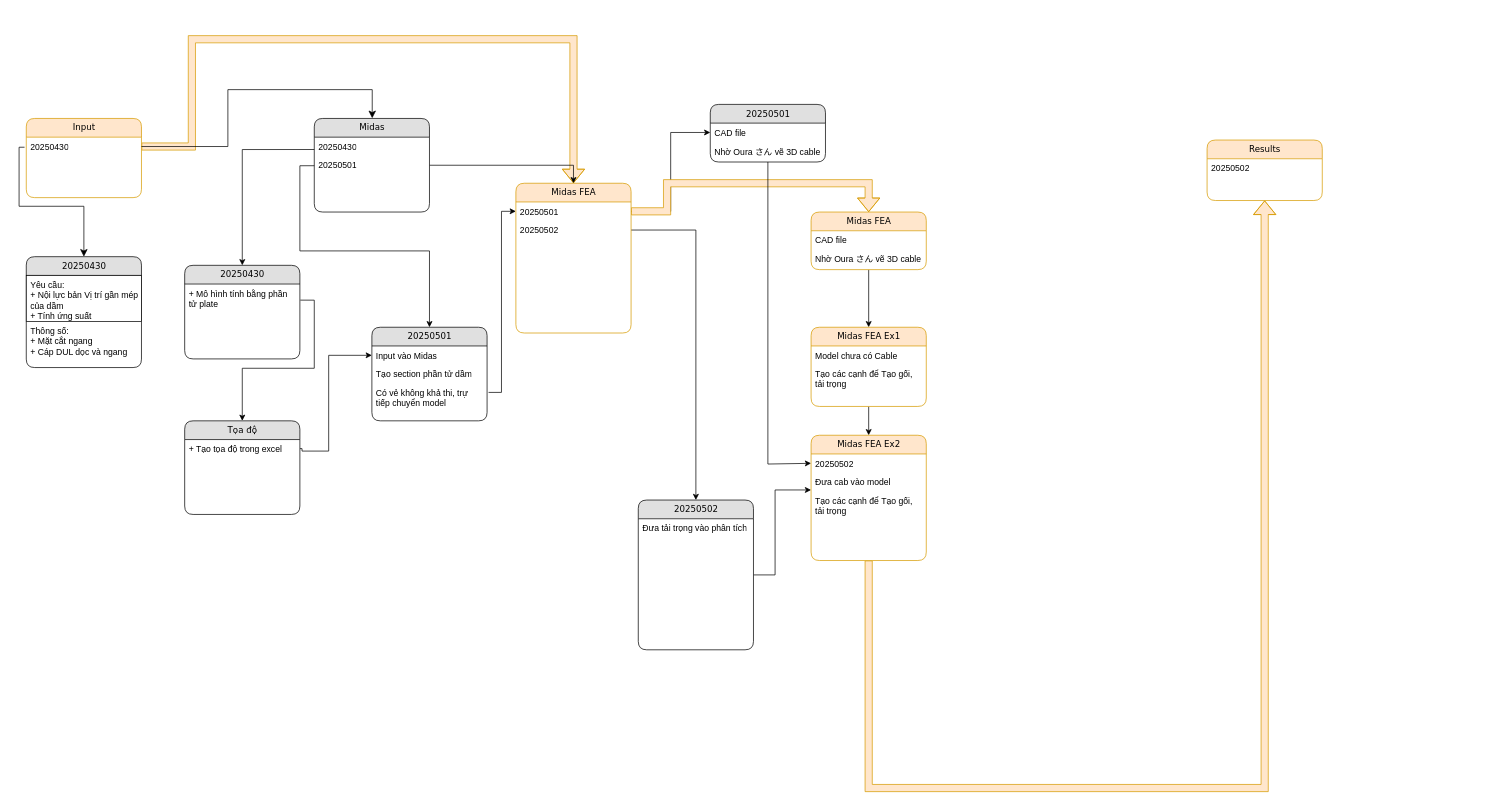
The draw.io diagram 長大・熊本耐震/耐震設計/Untitled Diagram.drawio in nnh92/Juntos.co, before the edit. Source tidied: cells renumbered, new cells numbered last; positions are measured from the earlier drawing's top-left corner, leaving out a move shared by most shapes. Both pictures are drawn from the tidied source at 72%, with x=0, y=0 at pixel (26, 39).
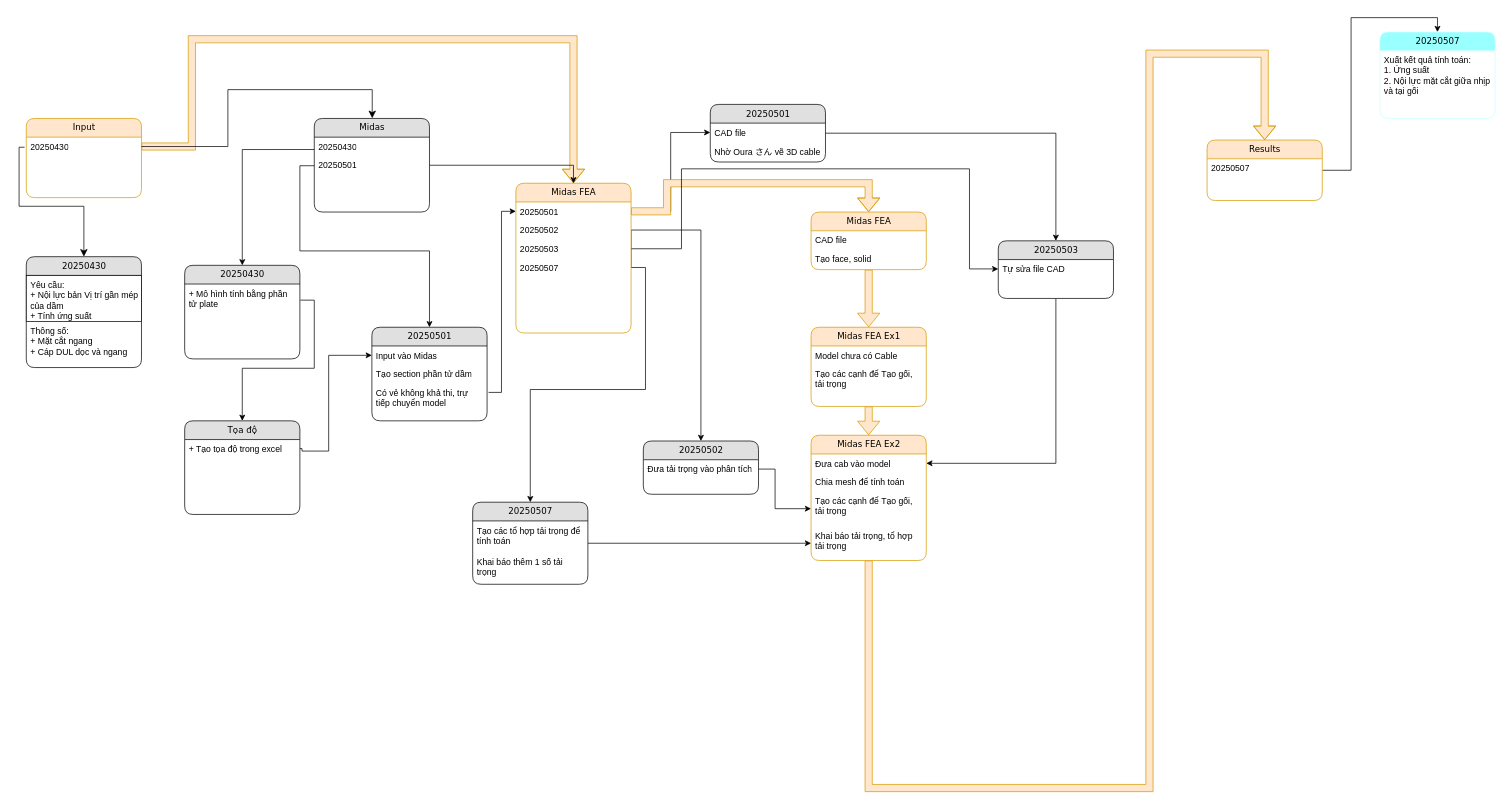
After the change.

The change refers to these unchanged cells:
```xml
<mxCell id="14" value="Results" style="swimlane;html=1;fontStyle=0;horizontal=1;startSize=26;fillColor=#ffe6cc;swimlaneFillColor=#ffffff;align=center;rounded=1;shadow=0;comic=0;labelBackgroundColor=none;strokeWidth=1;fontFamily=Verdana;fontSize=12;strokeColor=#d79b00;" parent="1" vertex="1">
  <mxGeometry x="1640" y="140" width="160" height="84" as="geometry" />
</mxCell>
<mxCell id="33" value="Midas FEA" style="swimlane;html=1;fontStyle=0;horizontal=1;startSize=26;fillColor=#ffe6cc;swimlaneFillColor=#ffffff;align=center;rounded=1;shadow=0;comic=0;labelBackgroundColor=none;strokeWidth=1;fontFamily=Verdana;fontSize=12;strokeColor=#d79b00;" parent="1" vertex="1">
  <mxGeometry x="680" y="200" width="160" height="208" as="geometry" />
</mxCell>
<mxCell id="37" value="20250501" style="swimlane;html=1;fontStyle=0;horizontal=1;startSize=26;fillColor=#e0e0e0;swimlaneFillColor=#ffffff;align=center;rounded=1;shadow=0;comic=0;labelBackgroundColor=none;strokeWidth=1;fontFamily=Verdana;fontSize=12;" parent="1" vertex="1">
  <mxGeometry x="950" y="90.5" width="160" height="80" as="geometry" />
</mxCell>
<mxCell id="42" value="Đưa tải trọng vào phân tích" style="text;html=1;strokeColor=none;fillColor=none;spacingLeft=4;spacingRight=4;whiteSpace=wrap;overflow=hidden;points=[[0,0.5],[1,0.5]];portConstraint=eastwest;" parent="41" vertex="1">
  <mxGeometry y="26" width="160" height="26" as="geometry" />
</mxCell>
<mxCell id="44" value="Midas FEA" style="swimlane;html=1;fontStyle=0;horizontal=1;startSize=26;fillColor=#ffe6cc;swimlaneFillColor=#ffffff;align=center;rounded=1;shadow=0;comic=0;labelBackgroundColor=none;strokeWidth=1;fontFamily=Verdana;fontSize=12;strokeColor=#d79b00;" parent="1" vertex="1">
  <mxGeometry x="1090" y="240" width="160" height="80" as="geometry" />
</mxCell>
<mxCell id="48" value="Midas FEA Ex1" style="swimlane;html=1;fontStyle=0;horizontal=1;startSize=26;fillColor=#ffe6cc;swimlaneFillColor=#ffffff;align=center;rounded=1;shadow=0;comic=0;labelBackgroundColor=none;strokeWidth=1;fontFamily=Verdana;fontSize=12;strokeColor=#d79b00;" parent="1" vertex="1">
  <mxGeometry x="1090" y="400" width="160" height="110" as="geometry" />
</mxCell>
<mxCell id="51" value="Midas FEA Ex2" style="swimlane;html=1;fontStyle=0;horizontal=1;startSize=26;fillColor=#ffe6cc;swimlaneFillColor=#ffffff;align=center;rounded=1;shadow=0;comic=0;labelBackgroundColor=none;strokeWidth=1;fontFamily=Verdana;fontSize=12;strokeColor=#d79b00;" parent="1" vertex="1">
  <mxGeometry x="1090" y="550" width="160" height="174" as="geometry" />
</mxCell>
<mxCell id="54" value="Tạo các cạnh để Tạo gối, tải trọng" style="text;html=1;strokeColor=none;fillColor=none;spacingLeft=4;spacingRight=4;whiteSpace=wrap;overflow=hidden;points=[[0,0.5],[1,0.5]];portConstraint=eastwest;" parent="51" vertex="1">
  <mxGeometry y="78" width="160" height="48" as="geometry" />
</mxCell>
```

The edit, as a diff of the source:
```diff
@@
+    <mxCell id="55" style="edgeStyle=orthogonalEdgeStyle;rounded=0;jettySize=auto;html=1;entryX=0.5;entryY=0;entryDx=0;entryDy=0;" parent="1" edge="1" source="14" target="69">
+      <mxGeometry relative="1" as="geometry" />
+    </mxCell>
@@
-    <mxCell id="15" value="20250502" style="text;html=1;strokeColor=none;fillColor=none;spacingLeft=4;spacingRight=4;whiteSpace=wrap;overflow=hidden;" parent="14" vertex="1">
+    <mxCell id="15" value="20250507" style="text;html=1;strokeColor=none;fillColor=none;spacingLeft=4;spacingRight=4;whiteSpace=wrap;overflow=hidden;" parent="14" vertex="1">
       <mxGeometry y="26" width="160" height="26" as="geometry" />
     </mxCell>
@@
-    <mxCell id="17" style="edgeStyle=orthogonalEdgeStyle;html=1;labelBackgroundColor=none;startFill=0;endFill=1;fontFamily=Verdana;fontSize=12;rounded=0;exitX=0.5;exitY=1;exitDx=0;exitDy=0;shape=flexArrow;fillColor=#ffe6cc;strokeColor=#d79b00;" parent="1" edge="1" source="51" target="14">
+    <mxCell id="17" style="edgeStyle=orthogonalEdgeStyle;html=1;labelBackgroundColor=none;startFill=0;endFill=1;fontFamily=Verdana;fontSize=12;rounded=0;exitX=0.5;exitY=1;exitDx=0;exitDy=0;shape=flexArrow;fillColor=#ffe6cc;strokeColor=#d79b00;entryX=0.5;entryY=0;entryDx=0;entryDy=0;" parent="1" edge="1" source="51" target="14">
       <mxGeometry relative="1" as="geometry">
         <Array as="points">
           <mxPoint x="1170" y="1040" />
-          <mxPoint x="1720" y="1040" />
+          <mxPoint x="1560" y="1040" />
+          <mxPoint x="1560" y="20" />
+          <mxPoint x="1720" y="20" />
         </Array>
       </mxGeometry>
     </mxCell>
@@
     <mxCell id="31" style="edgeStyle=orthogonalEdgeStyle;rounded=0;jettySize=auto;html=1;exitX=1;exitY=0.5;exitDx=0;exitDy=0;entryX=0.5;entryY=0;entryDx=0;entryDy=0;" parent="1" edge="1" source="35" target="41">
       <mxGeometry relative="1" as="geometry">
         <Array as="points">
-          <mxPoint x="930" y="265" />
+          <mxPoint x="840" y="265" />
+          <mxPoint x="937" y="265" />
         </Array>
       </mxGeometry>
     </mxCell>
@@
+    <mxCell id="56" style="edgeStyle=orthogonalEdgeStyle;rounded=0;jettySize=auto;html=1;exitX=1;exitY=0.5;exitDx=0;exitDy=0;entryX=0;entryY=0.5;entryDx=0;entryDy=0;" parent="1" edge="1" source="58" target="64">
+      <mxGeometry relative="1" as="geometry">
+        <Array as="points">
+          <mxPoint x="910" y="291" />
+          <mxPoint x="910" y="180" />
+          <mxPoint x="1310" y="180" />
+          <mxPoint x="1310" y="319" />
+        </Array>
+      </mxGeometry>
+    </mxCell>
+    <mxCell id="57" style="edgeStyle=orthogonalEdgeStyle;rounded=0;jettySize=auto;html=1;entryX=0.5;entryY=0;entryDx=0;entryDy=0;exitX=1;exitY=0.5;exitDx=0;exitDy=0;" parent="1" edge="1" source="35" target="66">
+      <mxGeometry relative="1" as="geometry" />
+    </mxCell>
@@
+    <mxCell id="52" value="20250502" style="text;html=1;strokeColor=none;fillColor=none;spacingLeft=4;spacingRight=4;whiteSpace=wrap;overflow=hidden;points=[[0,0.5],[1,0.5]];portConstraint=eastwest;" parent="33" vertex="1">
+      <mxGeometry y="52" width="160" height="26" as="geometry" />
+    </mxCell>
+    <mxCell id="58" value="20250503" style="text;html=1;strokeColor=none;fillColor=none;spacingLeft=4;spacingRight=4;whiteSpace=wrap;overflow=hidden;points=[[0,0.5],[1,0.5]];portConstraint=eastwest;" parent="33" vertex="1">
+      <mxGeometry y="78" width="160" height="26" as="geometry" />
+    </mxCell>
-    <mxCell id="35" value="20250502" style="text;html=1;strokeColor=none;fillColor=none;spacingLeft=4;spacingRight=4;whiteSpace=wrap;overflow=hidden;points=[[0,0.5],[1,0.5]];portConstraint=eastwest;" parent="33" vertex="1">
-      <mxGeometry y="52" width="160" height="26" as="geometry" />
+    <mxCell id="35" value="20250507" style="text;html=1;strokeColor=none;fillColor=none;spacingLeft=4;spacingRight=4;whiteSpace=wrap;overflow=hidden;points=[[0,0.5],[1,0.5]];portConstraint=eastwest;" parent="33" vertex="1">
+      <mxGeometry y="104" width="160" height="26" as="geometry" />
     </mxCell>
-    <mxCell id="36" style="edgeStyle=orthogonalEdgeStyle;rounded=0;jettySize=auto;html=1;entryX=0;entryY=0.5;entryDx=0;entryDy=0;" parent="1" edge="1" source="37" target="52">
-      <mxGeometry relative="1" as="geometry">
-        <Array as="points">
-          <mxPoint x="1030" y="590" />
-          <mxPoint x="1090" y="590" />
-        </Array>
-      </mxGeometry>
-    </mxCell>
+    <mxCell id="59" style="edgeStyle=orthogonalEdgeStyle;rounded=0;jettySize=auto;html=1;" parent="1" edge="1" source="37" target="63">
+      <mxGeometry relative="1" as="geometry" />
+    </mxCell>
@@
-    <mxCell id="40" style="edgeStyle=orthogonalEdgeStyle;rounded=0;jettySize=auto;html=1;entryX=0;entryY=0.5;entryDx=0;entryDy=0;" parent="1" edge="1" source="41">
+    <mxCell id="40" style="edgeStyle=orthogonalEdgeStyle;rounded=0;jettySize=auto;html=1;entryX=0;entryY=0.5;entryDx=0;entryDy=0;exitX=1;exitY=0.5;exitDx=0;exitDy=0;" parent="1" edge="1" source="42" target="54">
       <mxGeometry relative="1" as="geometry">
-        <mxPoint x="1090" y="626" as="targetPoint" />
         <Array as="points">
-          <mxPoint x="1040" y="744" />
-          <mxPoint x="1040" y="626" />
+          <mxPoint x="1040" y="597" />
+          <mxPoint x="1040" y="652" />
         </Array>
       </mxGeometry>
     </mxCell>
     <mxCell id="41" value="20250502" style="swimlane;html=1;fontStyle=0;horizontal=1;startSize=26;fillColor=#e0e0e0;swimlaneFillColor=#ffffff;align=center;rounded=1;shadow=0;comic=0;labelBackgroundColor=none;strokeWidth=1;fontFamily=Verdana;fontSize=12;" parent="1" vertex="1">
-      <mxGeometry x="850" y="640" width="160" height="208" as="geometry" />
+      <mxGeometry x="857" y="558" width="160" height="74" as="geometry" />
     </mxCell>
@@
-    <mxCell id="43" style="edgeStyle=orthogonalEdgeStyle;rounded=0;jettySize=auto;html=1;entryX=0.5;entryY=0;entryDx=0;entryDy=0;" parent="1" edge="1" source="44" target="48">
+    <mxCell id="43" style="edgeStyle=orthogonalEdgeStyle;rounded=0;jettySize=auto;html=1;entryX=0.5;entryY=0;entryDx=0;entryDy=0;shape=flexArrow;fillColor=#ffe6cc;strokeColor=#d79b00;" parent="1" edge="1" source="44" target="48">
       <mxGeometry relative="1" as="geometry" />
     </mxCell>
@@
-    <mxCell id="46" value="Nhờ Oura さん vẽ 3D cable" style="text;html=1;strokeColor=none;fillColor=none;spacingLeft=4;spacingRight=4;whiteSpace=wrap;overflow=hidden;" parent="44" vertex="1">
+    <mxCell id="46" value="Tạo face, solid" style="text;html=1;strokeColor=none;fillColor=none;spacingLeft=4;spacingRight=4;whiteSpace=wrap;overflow=hidden;" parent="44" vertex="1">
       <mxGeometry y="52" width="160" height="26" as="geometry" />
     </mxCell>
-    <mxCell id="47" style="edgeStyle=orthogonalEdgeStyle;rounded=0;jettySize=auto;html=1;entryX=0.5;entryY=0;entryDx=0;entryDy=0;" parent="1" edge="1" source="48" target="51">
+    <mxCell id="47" style="edgeStyle=orthogonalEdgeStyle;rounded=0;jettySize=auto;html=1;entryX=0.5;entryY=0;entryDx=0;entryDy=0;shape=flexArrow;fillColor=#ffe6cc;strokeColor=#d79b00;" parent="1" edge="1" source="48" target="51">
       <mxGeometry relative="1" as="geometry" />
     </mxCell>
@@
-    <mxCell id="52" value="20250502" style="text;html=1;strokeColor=none;fillColor=none;spacingLeft=4;spacingRight=4;whiteSpace=wrap;overflow=hidden;points=[[0,0.5],[1,0.5]];portConstraint=eastwest;" parent="51" vertex="1">
-      <mxGeometry y="26" width="160" height="26" as="geometry" />
-    </mxCell>
     <mxCell id="53" value="Đưa cab vào model" style="text;html=1;strokeColor=none;fillColor=none;spacingLeft=4;spacingRight=4;whiteSpace=wrap;overflow=hidden;points=[[0,0.5],[1,0.5]];portConstraint=eastwest;" parent="51" vertex="1">
-      <mxGeometry y="52" width="160" height="26" as="geometry" />
+      <mxGeometry y="26" width="160" height="26" as="geometry" />
     </mxCell>
+    <mxCell id="60" value="Chia mesh để tính toán" style="text;html=1;strokeColor=none;fillColor=none;spacingLeft=4;spacingRight=4;whiteSpace=wrap;overflow=hidden;" parent="51" vertex="1">
+      <mxGeometry y="52" width="160" height="26" as="geometry" />
+    </mxCell>
@@
+    <mxCell id="61" value="Khai báo tải trọng, tổ hợp tải trọng" style="text;html=1;strokeColor=none;fillColor=none;spacingLeft=4;spacingRight=4;whiteSpace=wrap;overflow=hidden;points=[[0,0.5],[1,0.5]];portConstraint=eastwest;" parent="51" vertex="1">
+      <mxGeometry y="126" width="160" height="48" as="geometry" />
+    </mxCell>
+    <mxCell id="62" style="edgeStyle=orthogonalEdgeStyle;rounded=0;jettySize=auto;html=1;entryX=1;entryY=0.5;entryDx=0;entryDy=0;" parent="1" edge="1" source="63" target="53">
+      <mxGeometry relative="1" as="geometry" />
+    </mxCell>
+    <mxCell id="63" value="20250503" style="swimlane;html=1;fontStyle=0;horizontal=1;startSize=26;fillColor=#e0e0e0;swimlaneFillColor=#ffffff;align=center;rounded=1;shadow=0;comic=0;labelBackgroundColor=none;strokeWidth=1;fontFamily=Verdana;fontSize=12;" parent="1" vertex="1">
+      <mxGeometry x="1350" y="280" width="160" height="80" as="geometry" />
+    </mxCell>
+    <mxCell id="64" value="Tự sửa file CAD" style="text;html=1;strokeColor=none;fillColor=none;spacingLeft=4;spacingRight=4;whiteSpace=wrap;overflow=hidden;points=[[0,0.5],[1,0.5]];portConstraint=eastwest;" parent="63" vertex="1">
+      <mxGeometry y="26" width="160" height="26" as="geometry" />
+    </mxCell>
+    <mxCell id="65" style="edgeStyle=orthogonalEdgeStyle;rounded=0;jettySize=auto;html=1;entryX=0;entryY=0.5;entryDx=0;entryDy=0;" parent="1" edge="1" source="66" target="61">
+      <mxGeometry relative="1" as="geometry" />
+    </mxCell>
+    <mxCell id="66" value="20250507" style="swimlane;html=1;fontStyle=0;horizontal=1;startSize=26;fillColor=#e0e0e0;swimlaneFillColor=#ffffff;align=center;rounded=1;shadow=0;comic=0;labelBackgroundColor=none;strokeWidth=1;fontFamily=Verdana;fontSize=12;" parent="1" vertex="1">
+      <mxGeometry x="620" y="643" width="160" height="114" as="geometry" />
+    </mxCell>
+    <mxCell id="67" value="Tạo các tổ hợp tải trọng để tính toán" style="text;html=1;strokeColor=none;fillColor=none;spacingLeft=4;spacingRight=4;whiteSpace=wrap;overflow=hidden;" parent="66" vertex="1">
+      <mxGeometry y="26" width="160" height="44" as="geometry" />
+    </mxCell>
+    <mxCell id="68" value="Khai báo thêm 1 số tải trọng" style="text;html=1;strokeColor=none;fillColor=none;spacingLeft=4;spacingRight=4;whiteSpace=wrap;overflow=hidden;" parent="66" vertex="1">
+      <mxGeometry y="70" width="160" height="44" as="geometry" />
+    </mxCell>
+    <mxCell id="69" value="20250507" style="swimlane;html=1;fontStyle=0;horizontal=1;startSize=26;fillColor=#99FFFF;swimlaneFillColor=#ffffff;align=center;rounded=1;shadow=0;comic=0;labelBackgroundColor=none;strokeWidth=1;fontFamily=Verdana;fontSize=12;strokeColor=#CCFFFF;" parent="1" vertex="1">
+      <mxGeometry x="1880" y="-10" width="160" height="120" as="geometry" />
+    </mxCell>
+    <mxCell id="70" value="Xuất kết quả tính toán:&lt;div&gt;1. Ứng suất&lt;/div&gt;&lt;div&gt;2. Nội lực mặt cắt giữa nhịp và tại gối&lt;/div&gt;" style="text;html=1;strokeColor=none;fillColor=none;spacingLeft=4;spacingRight=4;whiteSpace=wrap;overflow=hidden;" parent="69" vertex="1">
+      <mxGeometry y="26" width="160" height="74" as="geometry" />
+    </mxCell>
```
